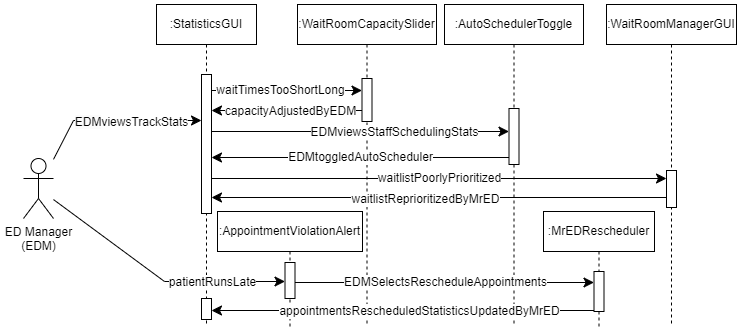
SENG-350-2024-fall/Team9 keeps this draw.io diagram as AmirWork/M2/ED_Manager_SequenceDiagram.drawio.png. Above is the earlier version. Source tidied: cells renumbered, new cells last; positions are measured from the earlier drawing's top-left corner, leaving out a move shared by most shapes.
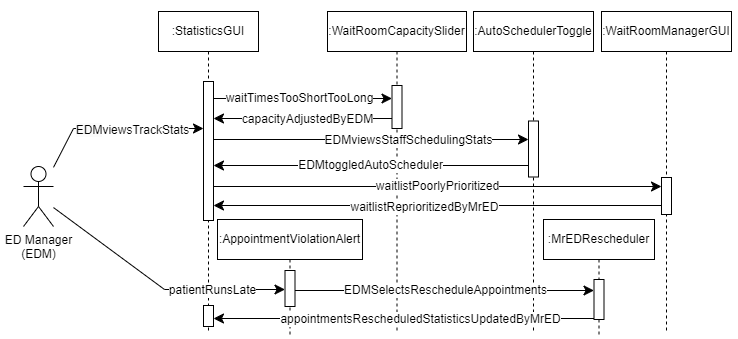
Later version of the same file.

Change to the diagram source:
```diff
@@ -3,13 +3,13 @@
     <mxCell id="0" />
     <mxCell id="1" parent="0" />
     <mxCell id="2" style="rounded=0;whiteSpace=wrap;html=1;strokeColor=none;" parent="1" vertex="1">
-      <mxGeometry x="588" width="156" height="331" as="geometry" />
+      <mxGeometry x="588" y="-8" width="150" height="339" as="geometry" />
     </mxCell>
     <mxCell id="3" style="rounded=0;whiteSpace=wrap;html=1;strokeColor=none;" parent="1" vertex="1">
-      <mxGeometry width="182" height="271" as="geometry" />
+      <mxGeometry y="3" width="182" height="268" as="geometry" />
     </mxCell>
     <mxCell id="4" value=":StatisticsGUI" style="shape=umlLifeline;perimeter=lifelinePerimeter;whiteSpace=wrap;html=1;newEdgeStyle={&quot;edgeStyle&quot;:&quot;elbowEdgeStyle&quot;,&quot;elbow&quot;:&quot;vertical&quot;,&quot;curved&quot;:0,&quot;rounded&quot;:0};" parent="1" vertex="1">
-      <mxGeometry x="156" y="4" width="100" height="322" as="geometry" />
+      <mxGeometry x="158" y="3" width="100" height="322" as="geometry" />
     </mxCell>
     <mxCell id="5" style="html=1;points=[];perimeter=orthogonalPerimeter;outlineConnect=0;targetShapes=umlLifeline;portConstraint=eastwest;newEdgeStyle={&quot;edgeStyle&quot;:&quot;elbowEdgeStyle&quot;,&quot;elbow&quot;:&quot;vertical&quot;,&quot;curved&quot;:0,&quot;rounded&quot;:0};" parent="4" vertex="1">
       <mxGeometry x="45" y="70" width="10" height="139" as="geometry" />
@@ -18,7 +18,7 @@
       <mxGeometry x="45" y="294" width="10" height="21" as="geometry" />
     </mxCell>
     <mxCell id="7" value=":WaitRoomCapacitySlider" style="shape=umlLifeline;perimeter=lifelinePerimeter;whiteSpace=wrap;html=1;newEdgeStyle={&quot;edgeStyle&quot;:&quot;elbowEdgeStyle&quot;,&quot;elbow&quot;:&quot;vertical&quot;,&quot;curved&quot;:0,&quot;rounded&quot;:0};" parent="1" vertex="1">
-      <mxGeometry x="297" y="4" width="139" height="320" as="geometry" />
+      <mxGeometry x="327" y="3" width="139" height="320" as="geometry" />
     </mxCell>
     <mxCell id="8" style="html=1;points=[];perimeter=orthogonalPerimeter;outlineConnect=0;targetShapes=umlLifeline;portConstraint=eastwest;newEdgeStyle={&quot;edgeStyle&quot;:&quot;elbowEdgeStyle&quot;,&quot;elbow&quot;:&quot;vertical&quot;,&quot;curved&quot;:0,&quot;rounded&quot;:0};" parent="7" vertex="1">
       <mxGeometry x="64.5" y="74" width="10" height="43" as="geometry" />
@@ -57,7 +57,7 @@
         </Array>
       </mxGeometry>
     </mxCell>
-    <mxCell id="15" value="waitTimesTooShortLong" style="edgeLabel;html=1;align=center;verticalAlign=middle;fontSize=12;" parent="14" vertex="1">
+    <mxCell id="15" value="waitTimesTooShortTooLong" style="edgeLabel;html=1;align=center;verticalAlign=middle;fontSize=12;" parent="14" vertex="1">
       <mxGeometry x="0.2" y="1" relative="1" as="geometry">
         <mxPoint x="-22" as="offset" />
       </mxGeometry>
@@ -73,10 +73,10 @@
       <mxGeometry x="-0.05" relative="1" as="geometry" />
     </mxCell>
     <mxCell id="18" value=":AutoSchedulerToggle" style="shape=umlLifeline;perimeter=lifelinePerimeter;whiteSpace=wrap;html=1;newEdgeStyle={&quot;edgeStyle&quot;:&quot;elbowEdgeStyle&quot;,&quot;elbow&quot;:&quot;vertical&quot;,&quot;curved&quot;:0,&quot;rounded&quot;:0};" parent="1" vertex="1">
-      <mxGeometry x="444" y="4" width="139" height="319" as="geometry" />
+      <mxGeometry x="473" y="3" width="120" height="319" as="geometry" />
     </mxCell>
     <mxCell id="19" style="html=1;points=[];perimeter=orthogonalPerimeter;outlineConnect=0;targetShapes=umlLifeline;portConstraint=eastwest;newEdgeStyle={&quot;edgeStyle&quot;:&quot;elbowEdgeStyle&quot;,&quot;elbow&quot;:&quot;vertical&quot;,&quot;curved&quot;:0,&quot;rounded&quot;:0};" parent="18" vertex="1">
-      <mxGeometry x="64.5" y="104" width="10" height="56" as="geometry" />
+      <mxGeometry x="55" y="109.5" width="10" height="56" as="geometry" />
     </mxCell>
     <mxCell id="20" style="edgeStyle=elbowEdgeStyle;curved=0;rounded=0;jettySize=auto;html=1;elbow=vertical;fontSize=12;startSize=8;endSize=8;" parent="1" edge="1" source="5" target="19">
       <mxGeometry x="-0.07" y="-3" relative="1" as="geometry">
@@ -98,7 +98,7 @@
       </mxGeometry>
     </mxCell>
     <mxCell id="23" value=":WaitRoomManagerGUI" style="shape=umlLifeline;perimeter=lifelinePerimeter;whiteSpace=wrap;html=1;outlineConnect=0;portConstraint=eastwest;newEdgeStyle={&quot;edgeStyle&quot;:&quot;elbowEdgeStyle&quot;,&quot;elbow&quot;:&quot;vertical&quot;,&quot;curved&quot;:0,&quot;rounded&quot;:0};" parent="1" vertex="1">
-      <mxGeometry x="606" y="4" width="130" height="322" as="geometry" />
+      <mxGeometry x="601" y="3" width="130" height="322" as="geometry" />
     </mxCell>
     <mxCell id="24" style="edgeStyle=elbowEdgeStyle;curved=0;rounded=0;jettySize=auto;html=1;elbow=vertical;fontSize=12;startSize=8;endSize=8;" parent="23" edge="1" source="27" target="23">
       <mxGeometry relative="1" as="geometry" />
```
